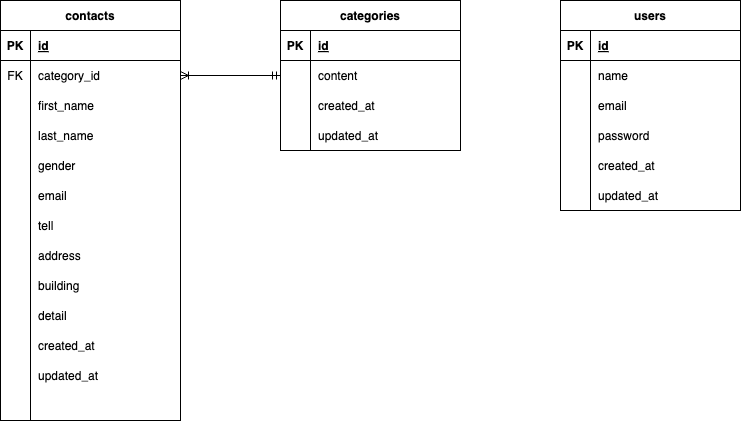
Above: Fashionably-Late.drawio.png in k-sasaki066/Fashionably-Late (draw.io), before the change. Source tidied: cells renumbered, new cells last; positions are measured from the earlier drawing's top-left corner, leaving out a move shared by most shapes.
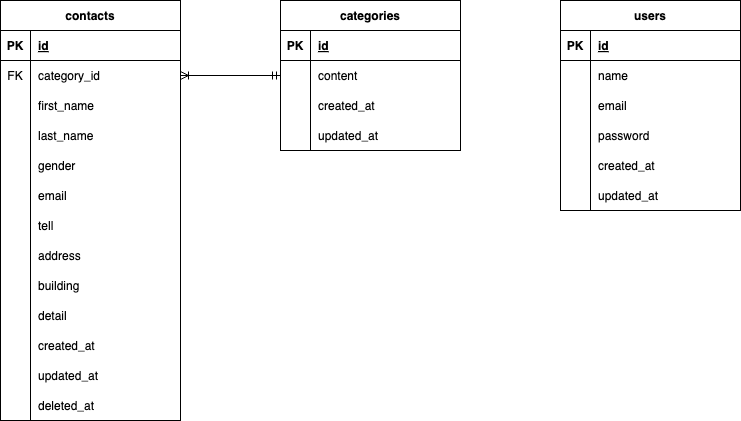
The same diagram one commit later.

The edit, as a diff of the source:
```diff
@@ -119,7 +119,7 @@
     <mxCell id="40" style="shape=partialRectangle;fillColor=none;top=0;left=0;bottom=0;right=0;overflow=hidden;" parent="39" vertex="1">
       <mxGeometry width="30" height="30" as="geometry" />
     </mxCell>
-    <mxCell id="41" style="shape=partialRectangle;fillColor=none;top=0;left=0;bottom=0;right=0;align=left;spacingLeft=6;overflow=hidden;" parent="39" vertex="1">
+    <mxCell id="41" value="deleted_at" style="shape=partialRectangle;fillColor=none;top=0;left=0;bottom=0;right=0;align=left;spacingLeft=6;overflow=hidden;" parent="39" vertex="1">
       <mxGeometry x="30" width="150" height="30" as="geometry" />
     </mxCell>
     <mxCell id="42" value="categories" style="shape=table;startSize=30;rowLines=0;fontStyle=1;align=center;" parent="1" vertex="1">
```
